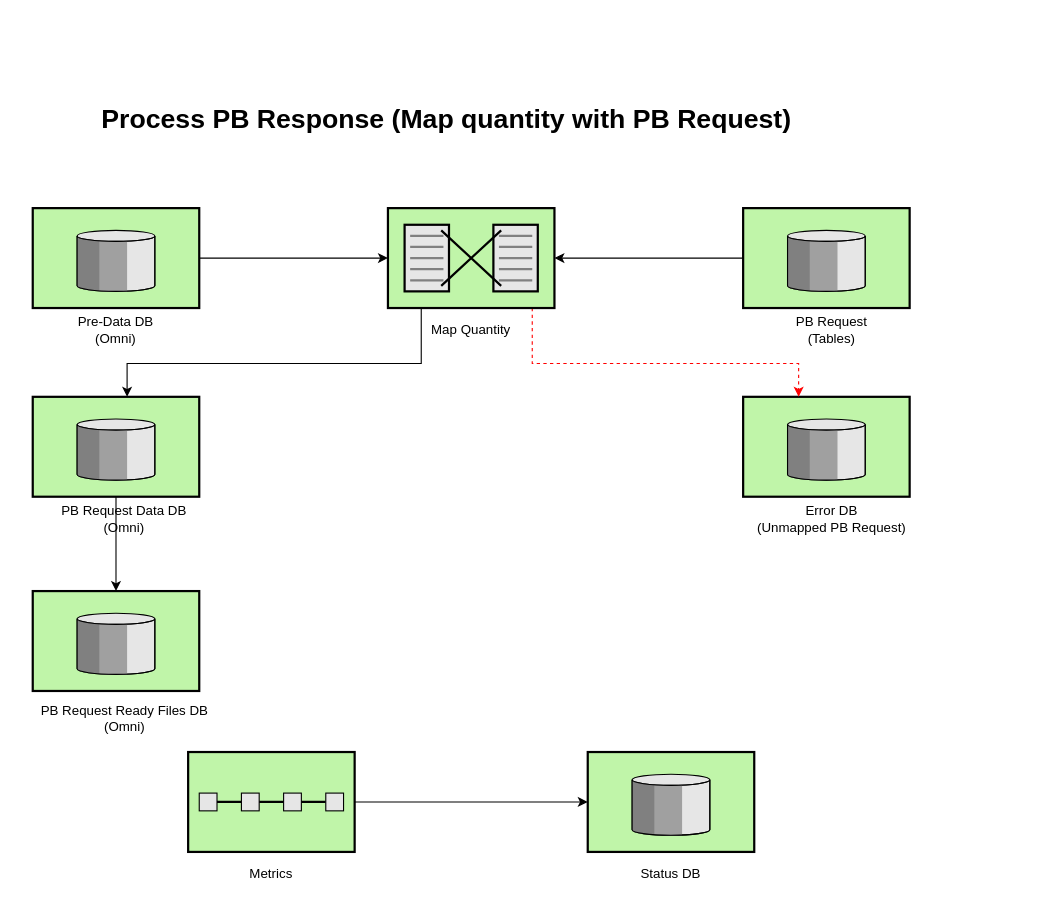
The draw.io diagram CASL_PB_Response_Map_PB_Request.drawio in gudiseva/arvind, before the edit. Source tidied: cells renumbered, new cells numbered last; positions are measured from the earlier drawing's top-left corner, leaving out a move shared by most shapes. Both pictures are drawn from the tidied source at 111%, with x=0, y=0 at pixel (19, 108). Pictures stored in the file or linked from it are replaced by grey dashed boxes.
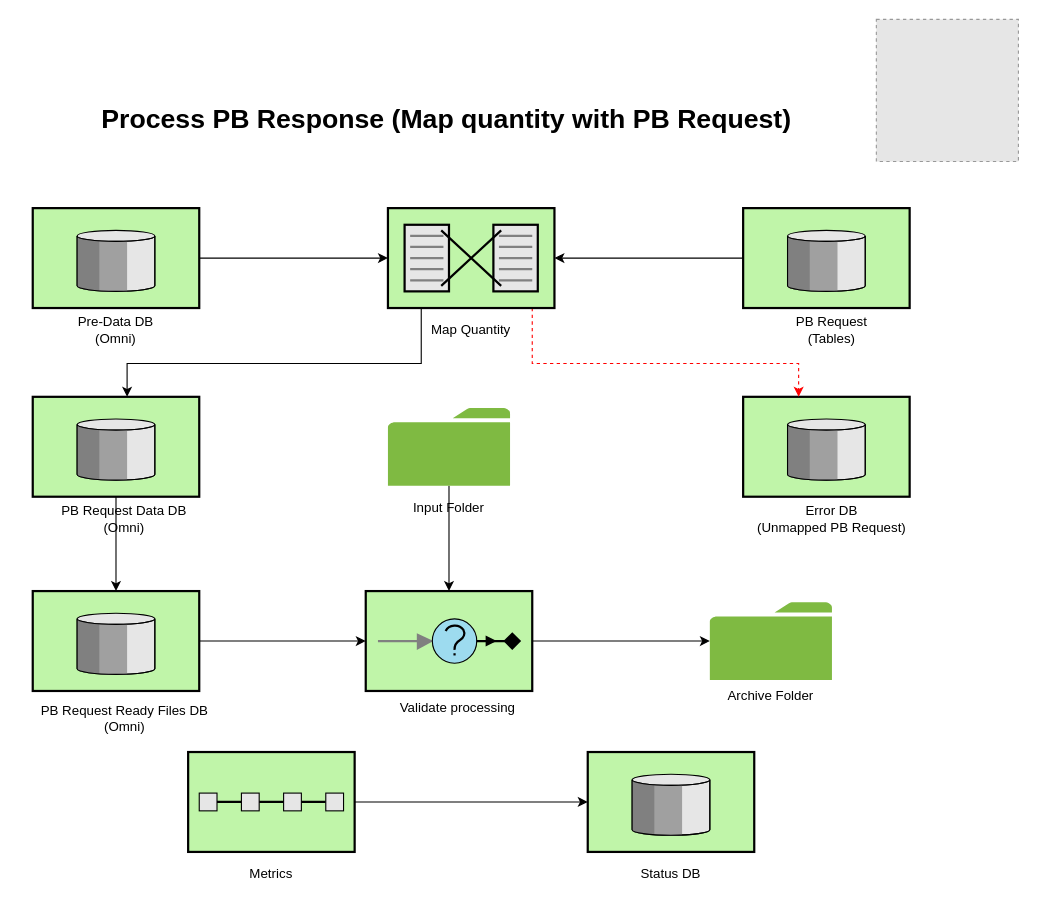
Above is the later version.

The change refers to these unchanged cells:
```xml
<mxCell id="23" style="strokeWidth=2;outlineConnect=0;dashed=0;align=center;fontSize=8;verticalLabelPosition=bottom;verticalAlign=top;shape=mxgraph.eip.message_store;fillColor=#c0f5a9;" parent="1" vertex="1">
  <mxGeometry x="12" y="435" width="150" height="90" as="geometry" />
</mxCell>
```

Diff of the diagram source:
```diff
@@
+    <mxCell id="25" style="edgeStyle=orthogonalEdgeStyle;rounded=0;jettySize=auto;html=1;strokeColor=#000000;" parent="1" edge="1" source="23" target="29">
+      <mxGeometry relative="1" as="geometry" />
+    </mxCell>
@@
+    <mxCell id="26" style="edgeStyle=orthogonalEdgeStyle;rounded=0;jettySize=auto;html=1;strokeColor=#000000;" parent="1" edge="1" source="27" target="29">
+      <mxGeometry relative="1" as="geometry" />
+    </mxCell>
+    <mxCell id="27" style="shadow=0;dashed=0;html=1;strokeColor=none;labelPosition=center;verticalLabelPosition=bottom;verticalAlign=top;outlineConnect=0;align=center;shape=mxgraph.office.concepts.folder;fillColor=#7FBA42;" parent="1" vertex="1">
+      <mxGeometry x="332" y="270" width="110" height="70" as="geometry" />
+    </mxCell>
+    <mxCell id="28" style="edgeStyle=orthogonalEdgeStyle;rounded=0;jettySize=auto;html=1;" parent="1" edge="1" source="29" target="30">
+      <mxGeometry relative="1" as="geometry" />
+    </mxCell>
+    <mxCell id="29" style="fillColor=#c0f5a9;dashed=0;outlineConnect=0;strokeWidth=2;html=1;align=center;fontSize=8;verticalLabelPosition=bottom;verticalAlign=top;shape=mxgraph.eip.selective_consumer;" parent="1" vertex="1">
+      <mxGeometry x="312" y="435" width="150" height="90" as="geometry" />
+    </mxCell>
+    <mxCell id="30" style="shadow=0;dashed=0;html=1;strokeColor=none;labelPosition=center;verticalLabelPosition=bottom;verticalAlign=top;outlineConnect=0;align=center;shape=mxgraph.office.concepts.folder;fillColor=#7FBA42;" parent="1" vertex="1">
+      <mxGeometry x="622" y="445" width="110" height="70" as="geometry" />
+    </mxCell>
+    <mxCell id="31" value="Archive Folder" style="text;html=1;strokeColor=none;fillColor=none;align=center;verticalAlign=middle;whiteSpace=wrap;rounded=0;" parent="1" vertex="1">
+      <mxGeometry x="612" y="520" width="130" height="20" as="geometry" />
+    </mxCell>
+    <mxCell id="32" value="Validate processing" style="text;html=1;strokeColor=none;fillColor=none;align=center;verticalAlign=middle;whiteSpace=wrap;rounded=0;" parent="1" vertex="1">
+      <mxGeometry x="329.5" y="530" width="130" height="20" as="geometry" />
+    </mxCell>
+    <mxCell id="33" value="Input Folder" style="text;html=1;strokeColor=none;fillColor=none;align=center;verticalAlign=middle;whiteSpace=wrap;rounded=0;" parent="1" vertex="1">
+      <mxGeometry x="332" y="350" width="110" height="20" as="geometry" />
+    </mxCell>
+    <mxCell id="34" style="fillColor=#E6E6E6;strokeColor=#999999;dashed=1;html=1;verticalAlign=top;verticalLabelPosition=bottom;labelBackgroundColor=#ffffff;" parent="1" vertex="1">
+      <mxGeometry x="772" y="-80" width="128" height="128" as="geometry" />
+    </mxCell>
```
